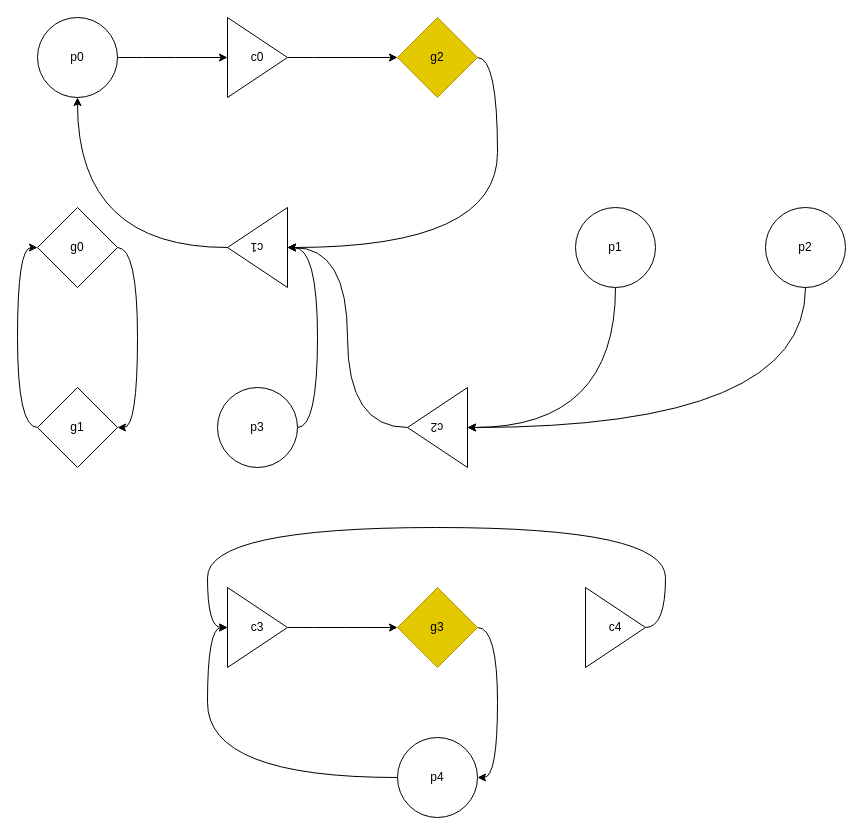
The draw.io diagram page "Step 1 (case 0)" (2 of 8) of plutus-test-graph.drawio.xml in Congyuwang/plutus-core, before the edit. Source tidied: cells renumbered, new cells numbered last; positions are measured from the earlier drawing's top-left corner, leaving out a move shared by most shapes. Both pictures are drawn from the tidied source at 100%, with x=0, y=0 at pixel (37, 17).
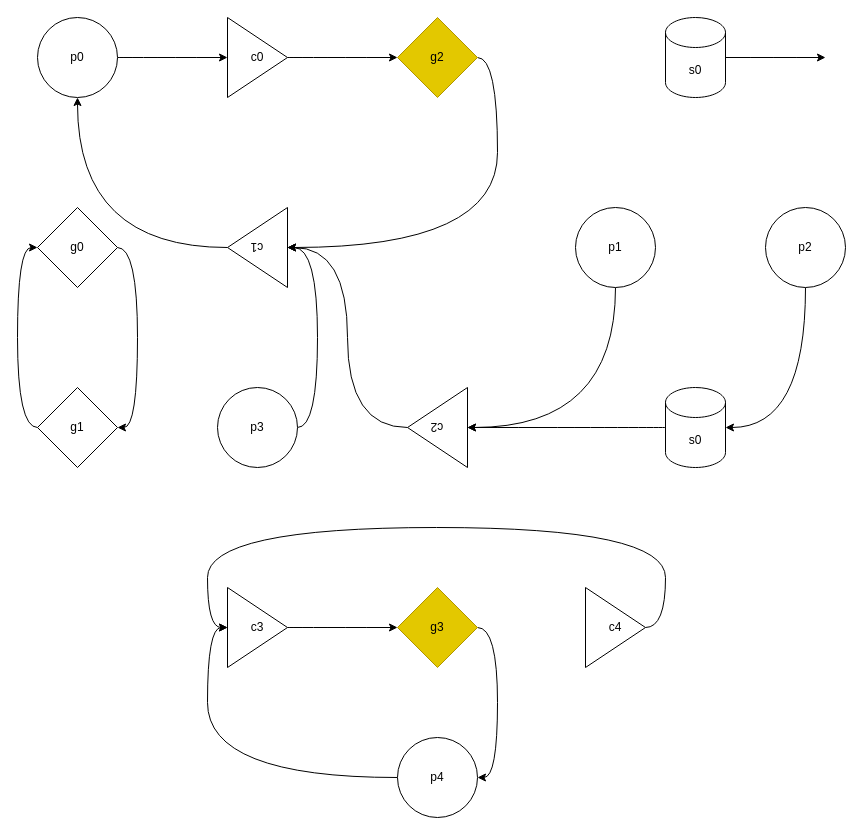
Above is the later version.

Unchanged cells that the change refers to:
```xml
<mxCell id="13" value="p2" style="ellipse;whiteSpace=wrap;html=1;" parent="1" vertex="1">
  <mxGeometry x="728" y="190" width="80" height="80" as="geometry" />
</mxCell>
<mxCell id="15" value="c2" style="triangle;whiteSpace=wrap;html=1;rotation=-180;" parent="1" vertex="1">
  <mxGeometry x="370" y="370" width="60" height="80" as="geometry" />
</mxCell>
```

What changed in the source:
```diff
@@
-    <mxCell id="12" style="edgeStyle=orthogonalEdgeStyle;curved=1;rounded=0;jettySize=auto;html=1;exitX=0.5;exitY=1;exitDx=0;exitDy=0;entryX=0;entryY=0.5;entryDx=0;entryDy=0;" parent="1" edge="1" source="13" target="15">
-      <mxGeometry relative="1" as="geometry" />
-    </mxCell>
+    <mxCell id="30" style="edgeStyle=orthogonalEdgeStyle;curved=1;rounded=0;jettySize=auto;html=1;exitX=0.5;exitY=1;exitDx=0;exitDy=0;entryX=1;entryY=0.5;entryDx=0;entryDy=0;entryPerimeter=0;" parent="1" edge="1" source="13" target="34">
+      <mxGeometry relative="1" as="geometry" />
+    </mxCell>
@@
+    <mxCell id="31" style="edgeStyle=orthogonalEdgeStyle;curved=1;rounded=0;jettySize=auto;html=1;" parent="1" edge="1" source="32">
+      <mxGeometry relative="1" as="geometry">
+        <mxPoint x="788" y="40" as="targetPoint" />
+      </mxGeometry>
+    </mxCell>
+    <mxCell id="32" value="s0" style="shape=cylinder3;whiteSpace=wrap;html=1;boundedLbl=1;backgroundOutline=1;size=15;" parent="1" vertex="1">
+      <mxGeometry x="628" width="60" height="80" as="geometry" />
+    </mxCell>
+    <mxCell id="33" style="edgeStyle=orthogonalEdgeStyle;curved=1;rounded=0;jettySize=auto;html=1;exitX=0;exitY=0.5;exitDx=0;exitDy=0;exitPerimeter=0;entryX=0;entryY=0.5;entryDx=0;entryDy=0;" parent="1" edge="1" source="34" target="15">
+      <mxGeometry relative="1" as="geometry" />
+    </mxCell>
+    <mxCell id="34" value="s0" style="shape=cylinder3;whiteSpace=wrap;html=1;boundedLbl=1;backgroundOutline=1;size=15;" parent="1" vertex="1">
+      <mxGeometry x="628" y="370" width="60" height="80" as="geometry" />
+    </mxCell>
```
